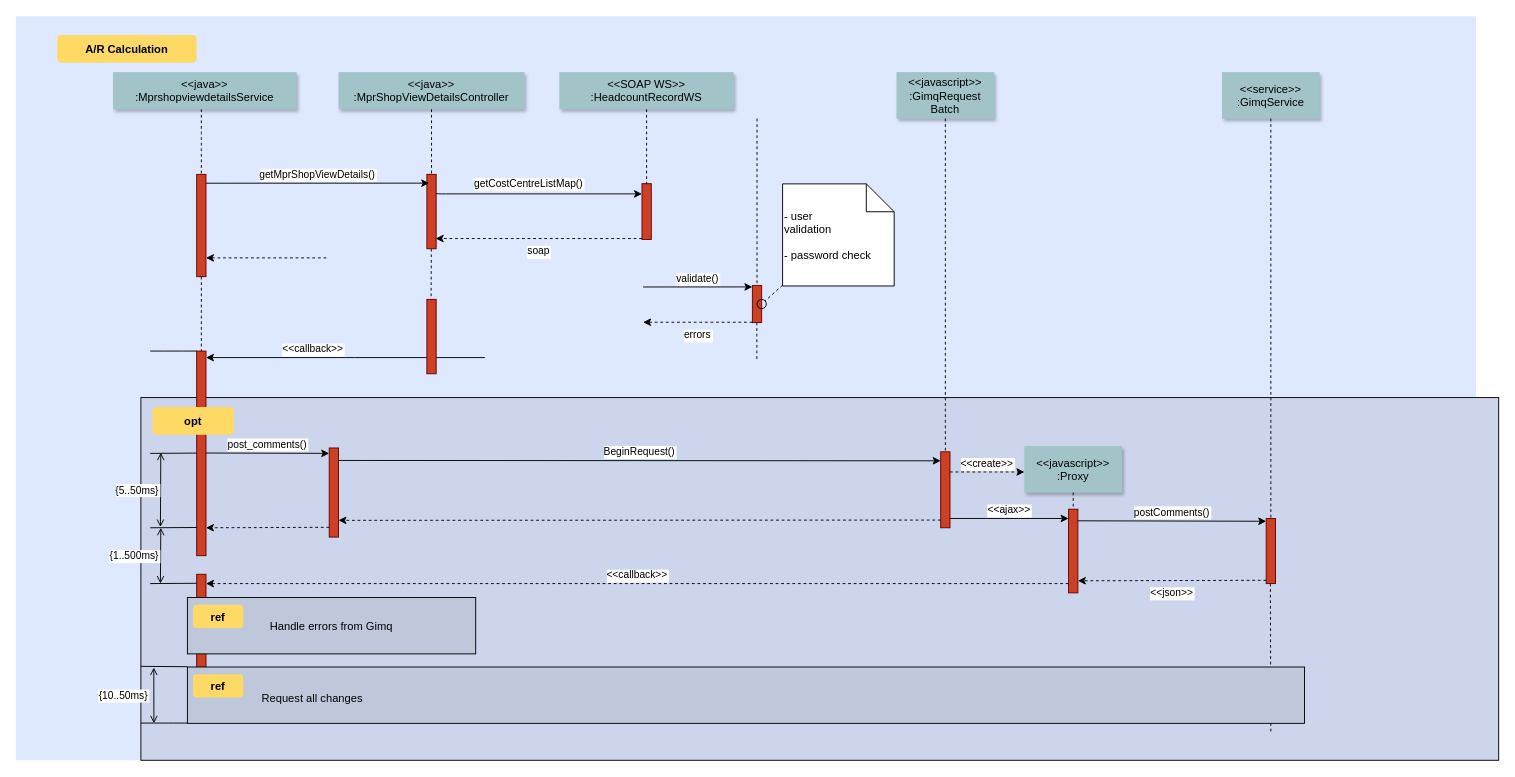
Above: AR Calculation.drawio in mingyuzhao/Diagrams (draw.io), before the change. Source tidied: cells renumbered, new cells numbered last; positions are measured from the earlier drawing's top-left corner, leaving out a move shared by most shapes. Both pictures are drawn from the tidied source at 93%, with x=0, y=0 at pixel (16, 16).
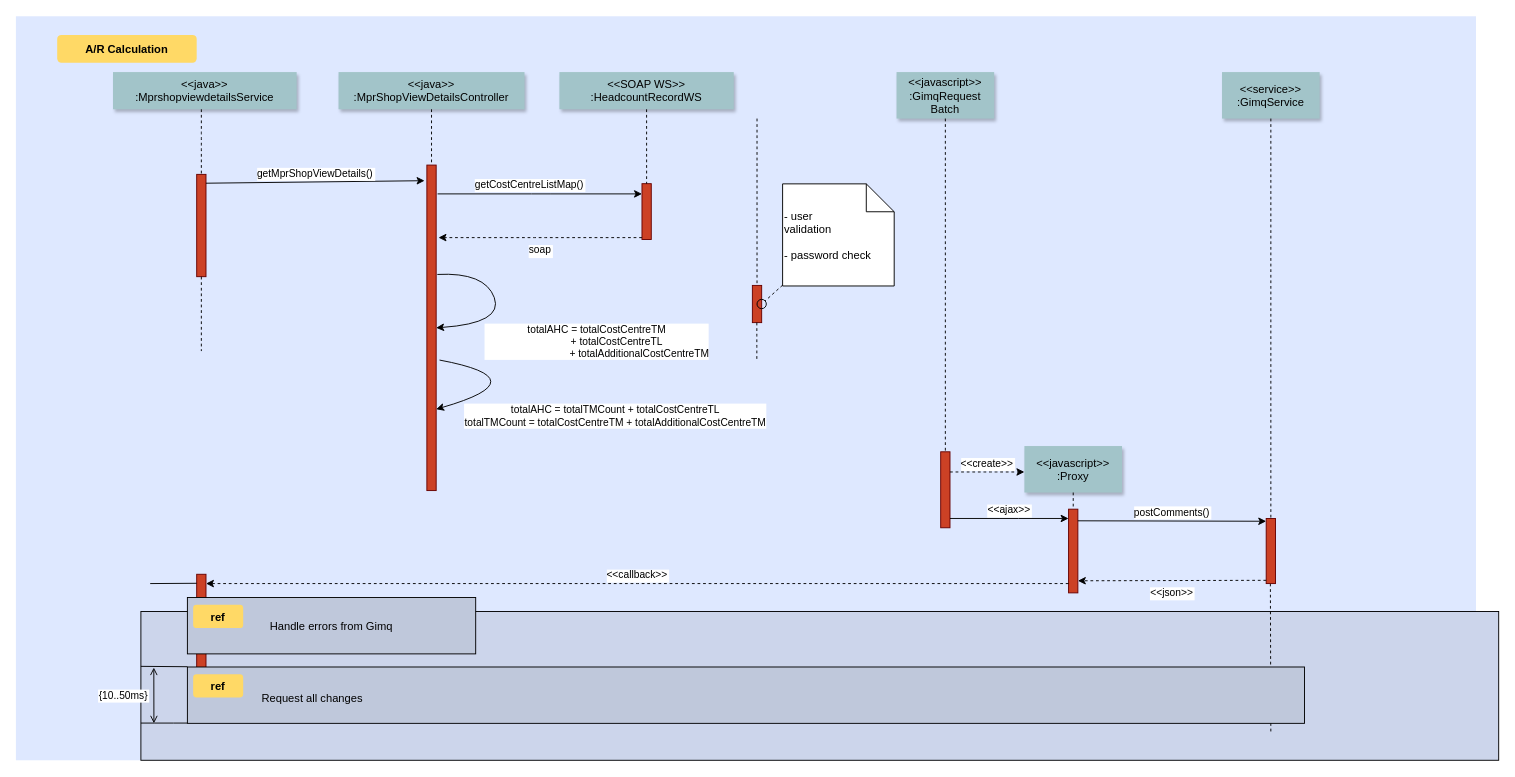
Above is the later version.

The change refers to these unchanged cells:
```xml
<mxCell id="5" style="fillColor=#CC4125;strokeColor=#660000;" parent="1" vertex="1">
  <mxGeometry x="194" y="170" width="10" height="110" as="geometry" />
</mxCell>
<mxCell id="12" style="fillColor=#CC4125;strokeColor=#660000;" parent="1" vertex="1">
  <mxGeometry x="672.8" y="180" width="10" height="60" as="geometry" />
</mxCell>
```

What changed in the source:
```diff
@@
     <mxCell id="3" style="fillColor=#CCD5EB;" parent="1" vertex="1">
-      <mxGeometry x="134" y="410" width="1460" height="390" as="geometry" />
+      <mxGeometry x="134" y="640" width="1460" height="160" as="geometry" />
     </mxCell>
@@
     <mxCell id="7" style="fillColor=#CC4125;strokeColor=#660000;" parent="1" vertex="1">
-      <mxGeometry x="441.5" y="170" width="10" height="80" as="geometry" />
+      <mxGeometry x="441.5" y="160" width="10" height="350" as="geometry" />
     </mxCell>
@@
-    <mxCell id="10" value="getMprShopViewDetails()" style="edgeStyle=none;verticalLabelPosition=top;verticalAlign=bottom;entryX=0.25;entryY=0.118;entryDx=0;entryDy=0;entryPerimeter=0;" parent="1" edge="1" target="7">
+    <mxCell id="10" value="getMprShopViewDetails()" style="edgeStyle=none;verticalLabelPosition=top;verticalAlign=bottom;entryX=-0.25;entryY=0.048;entryDx=0;entryDy=0;entryPerimeter=0;" parent="1" edge="1" target="7">
       <mxGeometry x="220" y="92" as="geometry">
         <mxPoint x="204" y="179.5" as="sourcePoint" />
       </mxGeometry>
     </mxCell>
-    <mxCell id="11" style="edgeStyle=none;verticalLabelPosition=top;verticalAlign=bottom;endArrow=none;startArrow=classic;dashed=1;" parent="1" edge="1">
-      <mxGeometry x="220" y="172.3" as="geometry">
-        <mxPoint x="204" y="259.8" as="sourcePoint" />
-        <mxPoint x="334" y="259.8" as="targetPoint" />
-      </mxGeometry>
-    </mxCell>
@@
-    <mxCell id="17" value="getCostCentreListMap()" style="edgeStyle=elbowEdgeStyle;elbow=vertical;verticalLabelPosition=top;verticalAlign=bottom;exitX=1;exitY=0.25;exitDx=0;exitDy=0;" parent="1" edge="1" source="7" target="12">
+    <mxCell id="17" value="getCostCentreListMap()" style="edgeStyle=elbowEdgeStyle;elbow=vertical;verticalLabelPosition=top;verticalAlign=bottom;" parent="1" edge="1" target="12">
       <mxGeometry as="geometry">
+        <mxPoint x="453" y="191" as="sourcePoint" />
         <Array as="points">
           <mxPoint x="564" y="191" />
         </Array>
         <mxPoint x="-11" y="-1" as="offset" />
       </mxGeometry>
     </mxCell>
-    <mxCell id="18" value="soap" style="edgeStyle=elbowEdgeStyle;elbow=vertical;dashed=1;verticalLabelPosition=bottom;verticalAlign=top;entryX=0.95;entryY=0.863;entryDx=0;entryDy=0;entryPerimeter=0;" parent="1" edge="1" source="12" target="7">
-      <mxGeometry x="550" y="280" as="geometry" />
+    <mxCell id="18" value="soap" style="edgeStyle=elbowEdgeStyle;elbow=vertical;dashed=1;verticalLabelPosition=bottom;verticalAlign=top;" parent="1" edge="1" source="12">
+      <mxGeometry x="550" y="280" as="geometry">
+        <mxPoint x="454" y="238" as="targetPoint" />
+      </mxGeometry>
     </mxCell>
@@
-    <mxCell id="21" value="validate()" style="edgeStyle=elbowEdgeStyle;elbow=vertical;verticalLabelPosition=top;verticalAlign=bottom;" parent="1" edge="1">
-      <mxGeometry x="550" y="261.7" as="geometry">
-        <mxPoint x="674" y="291.1" as="sourcePoint" />
-        <mxPoint x="791.5" y="291.1" as="targetPoint" />
-      </mxGeometry>
-    </mxCell>
-    <mxCell id="22" value="errors" style="edgeStyle=elbowEdgeStyle;elbow=vertical;dashed=1;verticalLabelPosition=bottom;verticalAlign=top;" parent="1" edge="1">
-      <mxGeometry x="560" y="309.7" as="geometry">
-        <mxPoint x="791.5" y="329" as="sourcePoint" />
-        <mxPoint x="674" y="329" as="targetPoint" />
-      </mxGeometry>
-    </mxCell>
@@
-    <mxCell id="27" style="fillColor=#CC4125;strokeColor=#660000;" parent="1" vertex="1">
-      <mxGeometry x="194" y="360" width="10" height="220" as="geometry" />
-    </mxCell>
-    <mxCell id="28" value="             &lt;&lt;callback&gt;&gt;                                " style="edgeStyle=elbowEdgeStyle;elbow=vertical;dashed=0;verticalLabelPosition=top;verticalAlign=bottom;align=right;" parent="1" edge="1" target="27">
-      <mxGeometry x="190" y="329.8" as="geometry">
-        <mxPoint x="503.8" y="367" as="sourcePoint" />
-      </mxGeometry>
-    </mxCell>
-    <mxCell id="29" style="edgeStyle=none;dashed=1;endArrow=none;" parent="1" edge="1" source="5" target="27">
-      <mxGeometry x="50" y="300" as="geometry" />
+    <mxCell id="29" style="edgeStyle=none;dashed=1;endArrow=none;" parent="1" edge="1" source="5">
+      <mxGeometry x="50" y="300" as="geometry">
+        <mxPoint x="199" y="360" as="targetPoint" />
+      </mxGeometry>
     </mxCell>
-    <mxCell id="30" style="edgeStyle=elbowEdgeStyle;elbow=vertical;endArrow=none;" parent="1" edge="1" source="27">
-      <mxGeometry x="60" y="310" as="geometry">
-        <mxPoint x="144" y="360" as="targetPoint" />
-      </mxGeometry>
-    </mxCell>
-    <mxCell id="31" style="fillColor=#CC4125;strokeColor=#660000;" parent="1" vertex="1">
-      <mxGeometry x="336.5" y="464.2" width="10" height="95.8" as="geometry" />
-    </mxCell>
@@
-    <mxCell id="34" value="post_comments()" style="edgeStyle=elbowEdgeStyle;elbow=vertical;verticalLabelPosition=top;verticalAlign=bottom;" parent="1" edge="1">
-      <mxGeometry x="212.5" y="469.6" as="geometry">
-        <mxPoint x="204" y="469.6" as="sourcePoint" />
-        <mxPoint x="336.5" y="469.6" as="targetPoint" />
-      </mxGeometry>
-    </mxCell>
-    <mxCell id="35" value="BeginRequest()" style="edgeStyle=elbowEdgeStyle;elbow=vertical;verticalLabelPosition=top;verticalAlign=bottom;" parent="1" edge="1">
-      <mxGeometry x="530" y="436.8" as="geometry">
-        <mxPoint x="346.5" y="477.6" as="sourcePoint" />
-        <mxPoint x="994" y="477.6" as="targetPoint" />
-      </mxGeometry>
-    </mxCell>
-    <mxCell id="36" style="edgeStyle=elbowEdgeStyle;elbow=vertical;dashed=1;verticalLabelPosition=bottom;verticalAlign=top;" parent="1" edge="1">
-      <mxGeometry x="530" y="549.1" as="geometry">
-        <mxPoint x="994" y="541.7" as="sourcePoint" />
-        <mxPoint x="346.5" y="541.7" as="targetPoint" />
-      </mxGeometry>
-    </mxCell>
@@
-    <mxCell id="48" style="edgeStyle=elbowEdgeStyle;elbow=vertical;dashed=1;verticalLabelPosition=bottom;verticalAlign=top;" parent="1" edge="1">
-      <mxGeometry x="507.5" y="664.3" as="geometry">
-        <mxPoint x="336.5" y="549.5" as="sourcePoint" />
-        <mxPoint x="204" y="549.5" as="targetPoint" />
-      </mxGeometry>
-    </mxCell>
@@
-    <mxCell id="51" value="opt" style="rounded=1;fontStyle=1;fillColor=#FFD966;strokeColor=none;" parent="1" vertex="1">
-      <mxGeometry x="146.5" y="420" width="87.5" height="30" as="geometry" />
-    </mxCell>
@@
-    <mxCell id="57" style="edgeStyle=elbowEdgeStyle;elbow=vertical;endArrow=none;" parent="1" edge="1">
-      <mxGeometry x="60" y="419.7" as="geometry">
-        <mxPoint x="194" y="469.7" as="sourcePoint" />
-        <mxPoint x="144" y="469.7" as="targetPoint" />
-      </mxGeometry>
-    </mxCell>
-    <mxCell id="58" style="edgeStyle=elbowEdgeStyle;elbow=vertical;endArrow=none;" parent="1" edge="1">
-      <mxGeometry x="60" y="499.7" as="geometry">
-        <mxPoint x="194" y="549.7" as="sourcePoint" />
-        <mxPoint x="144" y="549.7" as="targetPoint" />
-      </mxGeometry>
-    </mxCell>
@@
-    <mxCell id="62" value="{5..50ms}" style="edgeStyle=elbowEdgeStyle;elbow=horizontal;startArrow=open;endArrow=open;labelPosition=left;align=right;" parent="1" edge="1">
-      <mxGeometry x="41.4" y="479.2" as="geometry">
-        <mxPoint x="155.4" y="469.2" as="sourcePoint" />
-        <mxPoint x="155.4" y="549.2" as="targetPoint" />
-      </mxGeometry>
-    </mxCell>
-    <mxCell id="63" value="{1..500ms}" style="edgeStyle=elbowEdgeStyle;elbow=horizontal;startArrow=open;endArrow=open;labelPosition=left;align=right;" parent="1" edge="1">
-      <mxGeometry x="42.9" y="560" as="geometry">
-        <mxPoint x="155.4" y="550" as="sourcePoint" />
-        <mxPoint x="155.4" y="610" as="targetPoint" />
-      </mxGeometry>
-    </mxCell>
@@
-    <mxCell id="65" style="edgeStyle=none;endArrow=none;dashed=1;" parent="1" edge="1" source="7">
-      <mxGeometry x="271.8" y="335" as="geometry">
-        <mxPoint x="446" y="310" as="targetPoint" />
-      </mxGeometry>
-    </mxCell>
-    <mxCell id="66" style="fillColor=#CC4125;strokeColor=#660000;" parent="1" vertex="1">
-      <mxGeometry x="441.5" y="304.4" width="10" height="80" as="geometry" />
-    </mxCell>
+    <mxCell id="67" style="curved=1;endArrow=classic;html=1;exitX=1.126;exitY=0.336;exitDx=0;exitDy=0;entryX=1;entryY=0.5;entryDx=0;entryDy=0;exitPerimeter=0;" parent="1" edge="1" source="7" target="7">
+      <mxGeometry relative="1" as="geometry">
+        <Array as="points">
+          <mxPoint x="504" y="275" />
+          <mxPoint x="524" y="330" />
+        </Array>
+      </mxGeometry>
+    </mxCell>
+    <mxCell id="68" value="totalAHC = totalCostCentreTM &lt;br&gt;&amp;nbsp; &amp;nbsp; &amp;nbsp; &amp;nbsp; &amp;nbsp; &amp;nbsp; &amp;nbsp; + totalCostCentreTL &lt;br&gt;&amp;nbsp; &amp;nbsp; &amp;nbsp; &amp;nbsp; &amp;nbsp; &amp;nbsp; &amp;nbsp; &amp;nbsp; &amp;nbsp; &amp;nbsp; &amp;nbsp; &amp;nbsp; &amp;nbsp; &amp;nbsp; &amp;nbsp; + totalAdditionalCostCentreTM" style="edgeLabel;html=1;align=center;verticalAlign=middle;" parent="67" vertex="1">
+      <mxGeometry x="-0.04" y="-3" relative="1" as="geometry">
+        <mxPoint x="110.2" y="39.2" as="offset" />
+      </mxGeometry>
+    </mxCell>
+    <mxCell id="69" style="curved=1;endArrow=classic;html=1;entryX=1;entryY=0.75;entryDx=0;entryDy=0;exitX=1.362;exitY=0.599;exitDx=0;exitDy=0;exitPerimeter=0;" parent="1" edge="1" source="7" target="7">
+      <mxGeometry relative="1" as="geometry">
+        <Array as="points">
+          <mxPoint x="564" y="390" />
+        </Array>
+      </mxGeometry>
+    </mxCell>
+    <mxCell id="70" value="&lt;div&gt;totalAHC = totalTMCount + totalCostCentreTL&lt;br&gt;&lt;/div&gt;&lt;div&gt;totalTMCount = totalCostCentreTM + totalAdditionalCostCentreTM&lt;/div&gt;" style="edgeLabel;html=1;align=center;verticalAlign=middle;" parent="69" vertex="1">
+      <mxGeometry x="-0.04" y="-3" relative="1" as="geometry">
+        <mxPoint x="81.3" y="37.2" as="offset" />
+      </mxGeometry>
+    </mxCell>
```
